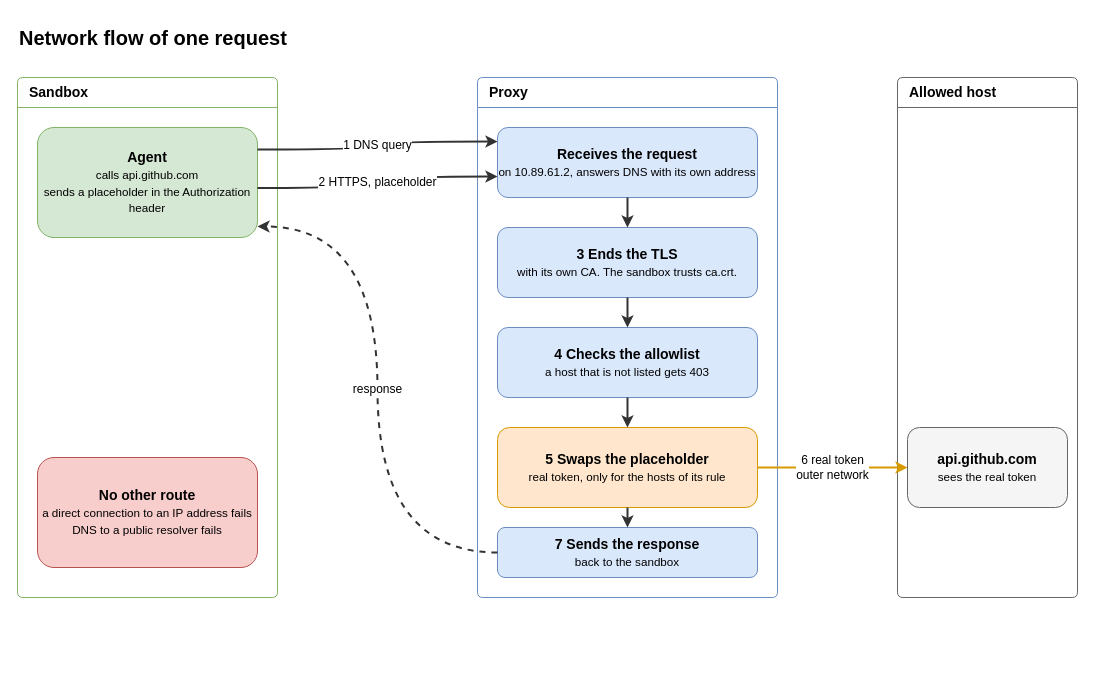
raghav19/engineersdaybook keeps this draw.io diagram as .sandbox/docs/diagrams/network-flow.drawio. Above is the earlier version. Source tidied: cells renumbered, new cells numbered last; positions are measured from the earlier drawing's top-left corner, leaving out a move shared by most shapes. Both pictures are drawn from the tidied source at 100%, with x=0, y=0 at pixel (17, 17).
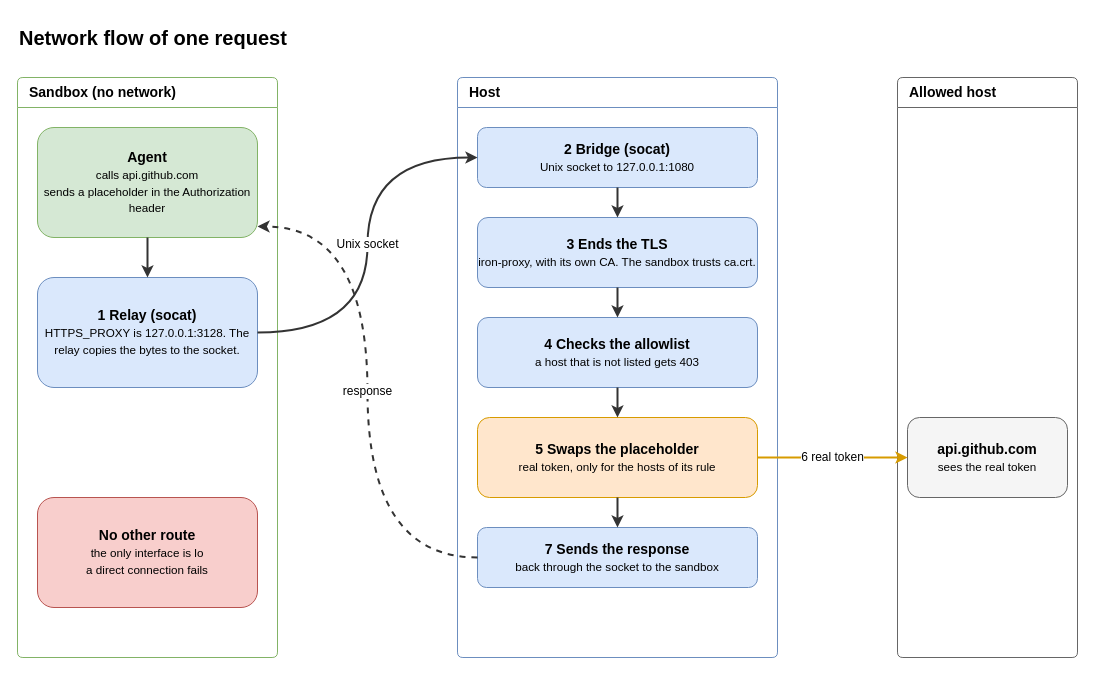
The same diagram, later.

The change refers to these unchanged cells:
```xml
<mxCell id="4" value="&lt;b&gt;Agent&lt;/b&gt;&lt;br&gt;&lt;small&gt;calls api.github.com&lt;/small&gt;&lt;br&gt;&lt;small&gt;sends a placeholder in the Authorization header&lt;/small&gt;" style="rounded=1;whiteSpace=wrap;html=1;fontSize=14;fillColor=#d5e8d4;strokeColor=#82b366;" parent="3" vertex="1">
  <mxGeometry x="20" y="50" width="220" height="110" as="geometry" />
</mxCell>
```

What changed in the source:
```diff
@@
-    <mxCell id="3" value="Sandbox" style="swimlane;rounded=1;arcSize=6;startSize=30;whiteSpace=wrap;html=1;fontSize=14;fillColor=#ffffff;strokeColor=#82b366;align=left;spacingLeft=10;" parent="1" vertex="1">
-      <mxGeometry y="60" width="260" height="520" as="geometry" />
+    <mxCell id="3" value="Sandbox (no network)" style="swimlane;rounded=1;arcSize=6;startSize=30;whiteSpace=wrap;html=1;fontSize=14;fillColor=#ffffff;strokeColor=#82b366;align=left;spacingLeft=10;" parent="1" vertex="1">
+      <mxGeometry y="60" width="260" height="580" as="geometry" />
     </mxCell>
@@
+    <mxCell id="22" value="&lt;b&gt;1  Relay (socat)&lt;/b&gt;&lt;br&gt;&lt;small&gt;HTTPS_PROXY is 127.0.0.1:3128. The relay copies the bytes to the socket.&lt;/small&gt;" style="rounded=1;whiteSpace=wrap;html=1;fontSize=14;fillColor=#dae8fc;strokeColor=#6c8ebf;" parent="3" vertex="1">
+      <mxGeometry x="20" y="200" width="220" height="110" as="geometry" />
+    </mxCell>
-    <mxCell id="5" value="&lt;b&gt;No other route&lt;/b&gt;&lt;br&gt;&lt;small&gt;a direct connection to an IP address fails&lt;/small&gt;&lt;br&gt;&lt;small&gt;DNS to a public resolver fails&lt;/small&gt;" style="rounded=1;whiteSpace=wrap;html=1;fontSize=14;fillColor=#f8cecc;strokeColor=#b85450;" parent="3" vertex="1">
-      <mxGeometry x="20" y="380" width="220" height="110" as="geometry" />
+    <mxCell id="5" value="&lt;b&gt;No other route&lt;/b&gt;&lt;br&gt;&lt;small&gt;the only interface is lo&lt;/small&gt;&lt;br&gt;&lt;small&gt;a direct connection fails&lt;/small&gt;" style="rounded=1;whiteSpace=wrap;html=1;fontSize=14;fillColor=#f8cecc;strokeColor=#b85450;" parent="3" vertex="1">
+      <mxGeometry x="20" y="420" width="220" height="110" as="geometry" />
     </mxCell>
-    <mxCell id="6" value="Proxy" style="swimlane;rounded=1;arcSize=6;startSize=30;whiteSpace=wrap;html=1;fontSize=14;fillColor=#ffffff;strokeColor=#6c8ebf;align=left;spacingLeft=10;" parent="1" vertex="1">
-      <mxGeometry x="460" y="60" width="300" height="520" as="geometry" />
-    </mxCell>
-    <mxCell id="7" value="&lt;b&gt;Receives the request&lt;/b&gt;&lt;br&gt;&lt;small&gt;on 10.89.61.2, answers DNS with its own address&lt;/small&gt;" style="rounded=1;whiteSpace=wrap;html=1;fontSize=14;fillColor=#dae8fc;strokeColor=#6c8ebf;" parent="6" vertex="1">
-      <mxGeometry x="20" y="50" width="260" height="70" as="geometry" />
-    </mxCell>
+    <mxCell id="23" value="Host" style="swimlane;rounded=1;arcSize=6;startSize=30;whiteSpace=wrap;html=1;fontSize=14;fillColor=#ffffff;strokeColor=#6c8ebf;align=left;spacingLeft=10;" parent="1" vertex="1">
+      <mxGeometry x="440" y="60" width="320" height="580" as="geometry" />
+    </mxCell>
+    <mxCell id="24" value="&lt;b&gt;2  Bridge (socat)&lt;/b&gt;&lt;br&gt;&lt;small&gt;Unix socket to 127.0.0.1:1080&lt;/small&gt;" style="rounded=1;whiteSpace=wrap;html=1;fontSize=14;fillColor=#dae8fc;strokeColor=#6c8ebf;" parent="23" vertex="1">
+      <mxGeometry x="20" y="50" width="280" height="60" as="geometry" />
+    </mxCell>
-    <mxCell id="8" value="&lt;b&gt;3  Ends the TLS&lt;/b&gt;&lt;br&gt;&lt;small&gt;with its own CA. The sandbox trusts ca.crt.&lt;/small&gt;" style="rounded=1;whiteSpace=wrap;html=1;fontSize=14;fillColor=#dae8fc;strokeColor=#6c8ebf;" parent="6" vertex="1">
-      <mxGeometry x="20" y="150" width="260" height="70" as="geometry" />
+    <mxCell id="8" value="&lt;b&gt;3  Ends the TLS&lt;/b&gt;&lt;br&gt;&lt;small&gt;iron-proxy, with its own CA. The sandbox trusts ca.crt.&lt;/small&gt;" style="rounded=1;whiteSpace=wrap;html=1;fontSize=14;fillColor=#dae8fc;strokeColor=#6c8ebf;" parent="23" vertex="1">
+      <mxGeometry x="20" y="140" width="280" height="70" as="geometry" />
     </mxCell>
-    <mxCell id="9" value="&lt;b&gt;4  Checks the allowlist&lt;/b&gt;&lt;br&gt;&lt;small&gt;a host that is not listed gets 403&lt;/small&gt;" style="rounded=1;whiteSpace=wrap;html=1;fontSize=14;fillColor=#dae8fc;strokeColor=#6c8ebf;" parent="6" vertex="1">
-      <mxGeometry x="20" y="250" width="260" height="70" as="geometry" />
+    <mxCell id="9" value="&lt;b&gt;4  Checks the allowlist&lt;/b&gt;&lt;br&gt;&lt;small&gt;a host that is not listed gets 403&lt;/small&gt;" style="rounded=1;whiteSpace=wrap;html=1;fontSize=14;fillColor=#dae8fc;strokeColor=#6c8ebf;" parent="23" vertex="1">
+      <mxGeometry x="20" y="240" width="280" height="70" as="geometry" />
     </mxCell>
-    <mxCell id="10" value="&lt;b&gt;5  Swaps the placeholder&lt;/b&gt;&lt;br&gt;&lt;small&gt;real token, only for the hosts of its rule&lt;/small&gt;" style="rounded=1;whiteSpace=wrap;html=1;fontSize=14;fillColor=#ffe6cc;strokeColor=#d79b00;" parent="6" vertex="1">
-      <mxGeometry x="20" y="350" width="260" height="80" as="geometry" />
+    <mxCell id="10" value="&lt;b&gt;5  Swaps the placeholder&lt;/b&gt;&lt;br&gt;&lt;small&gt;real token, only for the hosts of its rule&lt;/small&gt;" style="rounded=1;whiteSpace=wrap;html=1;fontSize=14;fillColor=#ffe6cc;strokeColor=#d79b00;" parent="23" vertex="1">
+      <mxGeometry x="20" y="340" width="280" height="80" as="geometry" />
     </mxCell>
-    <mxCell id="11" value="&lt;b&gt;7  Sends the response&lt;/b&gt;&lt;br&gt;&lt;small&gt;back to the sandbox&lt;/small&gt;" style="rounded=1;whiteSpace=wrap;html=1;fontSize=14;fillColor=#dae8fc;strokeColor=#6c8ebf;" parent="6" vertex="1">
-      <mxGeometry x="20" y="450" width="260" height="50" as="geometry" />
+    <mxCell id="11" value="&lt;b&gt;7  Sends the response&lt;/b&gt;&lt;br&gt;&lt;small&gt;back through the socket to the sandbox&lt;/small&gt;" style="rounded=1;whiteSpace=wrap;html=1;fontSize=14;fillColor=#dae8fc;strokeColor=#6c8ebf;" parent="23" vertex="1">
+      <mxGeometry x="20" y="450" width="280" height="60" as="geometry" />
     </mxCell>
     <mxCell id="12" value="Allowed host" style="swimlane;rounded=1;arcSize=6;startSize=30;whiteSpace=wrap;html=1;fontSize=14;fillColor=#ffffff;strokeColor=#666666;align=left;spacingLeft=10;" parent="1" vertex="1">
-      <mxGeometry x="880" y="60" width="180" height="520" as="geometry" />
+      <mxGeometry x="880" y="60" width="180" height="580" as="geometry" />
     </mxCell>
     <mxCell id="13" value="&lt;b&gt;api.github.com&lt;/b&gt;&lt;br&gt;&lt;small&gt;sees the real token&lt;/small&gt;" style="rounded=1;whiteSpace=wrap;html=1;fontSize=14;fillColor=#f5f5f5;strokeColor=#666666;" parent="12" vertex="1">
-      <mxGeometry x="10" y="350" width="160" height="80" as="geometry" />
+      <mxGeometry x="10" y="340" width="160" height="80" as="geometry" />
     </mxCell>
+    <mxCell id="25" style="edgeStyle=orthogonalEdgeStyle;rounded=1;curved=1;html=1;labelBackgroundColor=default;fontSize=12;strokeWidth=2;strokeColor=#333333;exitX=0.5;exitY=1;entryX=0.5;entryY=0;" parent="1" edge="1" source="4" target="22">
+      <mxGeometry relative="1" as="geometry" />
+    </mxCell>
-    <mxCell id="14" value="1  DNS query" style="edgeStyle=orthogonalEdgeStyle;rounded=1;curved=1;html=1;labelBackgroundColor=default;fontSize=12;strokeWidth=2;strokeColor=#333333;exitX=1;exitY=0.2;entryX=0;entryY=0.2;" parent="1" edge="1" source="4" target="7">
+    <mxCell id="14" value="Unix socket" style="edgeStyle=orthogonalEdgeStyle;rounded=1;curved=1;html=1;labelBackgroundColor=default;fontSize=12;strokeWidth=2;strokeColor=#333333;exitX=1;exitY=0.5;entryX=0;entryY=0.5;" parent="1" edge="1" source="22" target="24">
       <mxGeometry relative="1" as="geometry" />
     </mxCell>
-    <mxCell id="15" value="2  HTTPS, placeholder" style="edgeStyle=orthogonalEdgeStyle;rounded=1;curved=1;html=1;labelBackgroundColor=default;fontSize=12;strokeWidth=2;strokeColor=#333333;exitX=1;exitY=0.55;entryX=0;entryY=0.7;" parent="1" edge="1" source="4" target="7">
-      <mxGeometry relative="1" as="geometry" />
-    </mxCell>
-    <mxCell id="16" style="edgeStyle=orthogonalEdgeStyle;rounded=1;curved=1;html=1;labelBackgroundColor=default;fontSize=12;strokeWidth=2;strokeColor=#333333;exitX=0.5;exitY=1;entryX=0.5;entryY=0;" parent="1" edge="1" source="7" target="8">
+    <mxCell id="16" style="edgeStyle=orthogonalEdgeStyle;rounded=1;curved=1;html=1;labelBackgroundColor=default;fontSize=12;strokeWidth=2;strokeColor=#333333;exitX=0.5;exitY=1;entryX=0.5;entryY=0;" parent="1" edge="1" source="24" target="8">
       <mxGeometry relative="1" as="geometry" />
     </mxCell>
@@
-    <mxCell id="19" value="6  real token&lt;br&gt;outer network" style="edgeStyle=orthogonalEdgeStyle;rounded=1;curved=1;html=1;labelBackgroundColor=default;fontSize=12;strokeWidth=2;strokeColor=#d79b00;exitX=1;exitY=0.5;entryX=0;entryY=0.5;" parent="1" edge="1" source="10" target="13">
+    <mxCell id="19" value="6  real token" style="edgeStyle=orthogonalEdgeStyle;rounded=1;curved=1;html=1;labelBackgroundColor=default;fontSize=12;strokeWidth=2;strokeColor=#d79b00;exitX=1;exitY=0.5;entryX=0;entryY=0.5;" parent="1" edge="1" source="10" target="13">
       <mxGeometry relative="1" as="geometry" />
     </mxCell>
```
